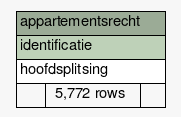
Above: datamodel/schemaspy/brk/diagrams/summary/appartementsrecht.1degree.png in B3Partners/brmo (Graphviz), before the change. Its source is kept beside it as datamodel/schemaspy/brk/diagrams/summary/appartementsrecht.1degree.dot.
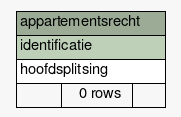
After the change.

Change to the diagram source:
```diff
@@ -21,7 +21,7 @@
       <TR><TD COLSPAN="3" BGCOLOR="#9bab96" ALIGN="CENTER">appartementsrecht</TD></TR>
       <TR><TD PORT="identificatie" COLSPAN="3" BGCOLOR="#bed1b8" ALIGN="LEFT">identificatie</TD></TR>
       <TR><TD PORT="hoofdsplitsing" COLSPAN="3" ALIGN="LEFT">hoofdsplitsing</TD></TR>
-      <TR><TD ALIGN="LEFT" BGCOLOR="#f7f7f7">  </TD><TD ALIGN="RIGHT" BGCOLOR="#f7f7f7">5,772 rows</TD><TD ALIGN="RIGHT" BGCOLOR="#f7f7f7">  </TD></TR>
+      <TR><TD ALIGN="LEFT" BGCOLOR="#f7f7f7">  </TD><TD ALIGN="RIGHT" BGCOLOR="#f7f7f7">0 rows</TD><TD ALIGN="RIGHT" BGCOLOR="#f7f7f7">  </TD></TR>
     </TABLE>>
     URL="tables/appartementsrecht.html"
     tooltip="appartementsrecht"
```
